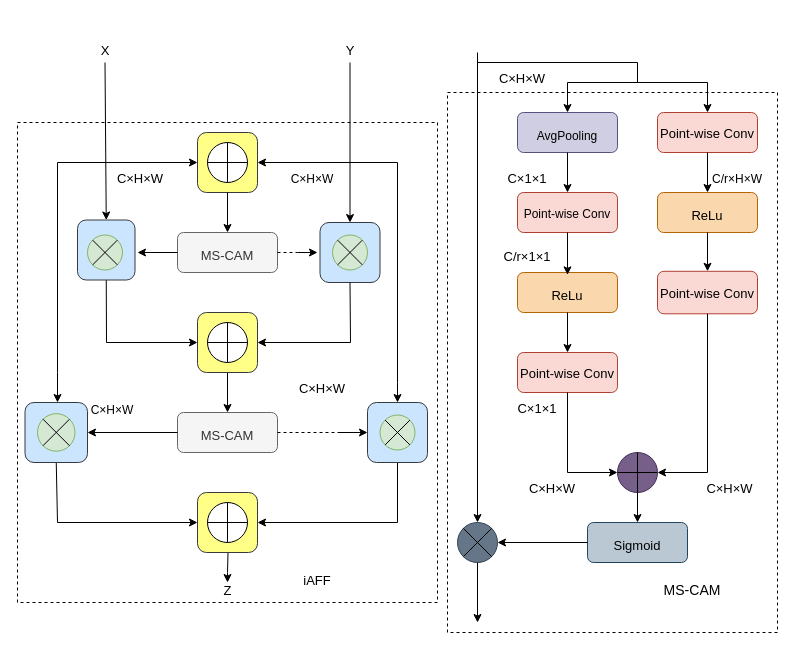
Earlier version of the draw.io diagram iAFF.drawio (lgq622/long). Source tidied: cells renumbered, new cells numbered last; positions are measured from the earlier drawing's top-left corner, leaving out a move shared by most shapes. Both pictures are drawn from the tidied source at 100%, with x=0, y=0 at pixel (17, 32).
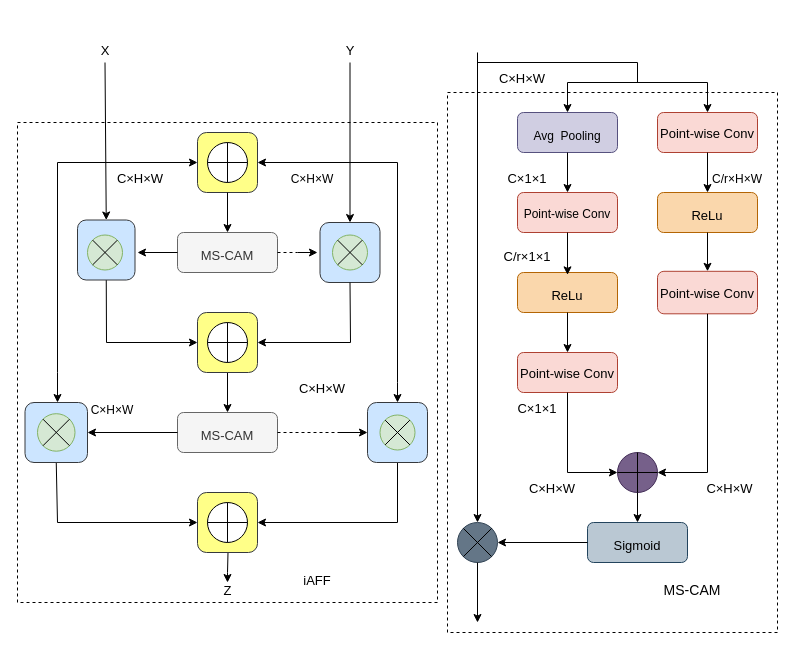
The same page after the edit.

Diff of the diagram source:
```diff
@@
-    <mxCell id="41" value="&lt;h1&gt;&lt;font style=&quot;font-size: 12px; font-weight: normal;&quot;&gt;AvgPooling&lt;/font&gt;&lt;/h1&gt;" style="rounded=1;whiteSpace=wrap;html=1;fillColor=#d0cee2;strokeColor=#56517e;" parent="1" vertex="1">
+    <mxCell id="41" value="&lt;h1&gt;&lt;font style=&quot;font-size: 12px; font-weight: normal;&quot;&gt;Avg&amp;nbsp; Pooling&lt;/font&gt;&lt;/h1&gt;" style="rounded=1;whiteSpace=wrap;html=1;fillColor=#d0cee2;strokeColor=#56517e;" parent="1" vertex="1">
       <mxGeometry x="500" y="80" width="100" height="40" as="geometry" />
     </mxCell>
```
